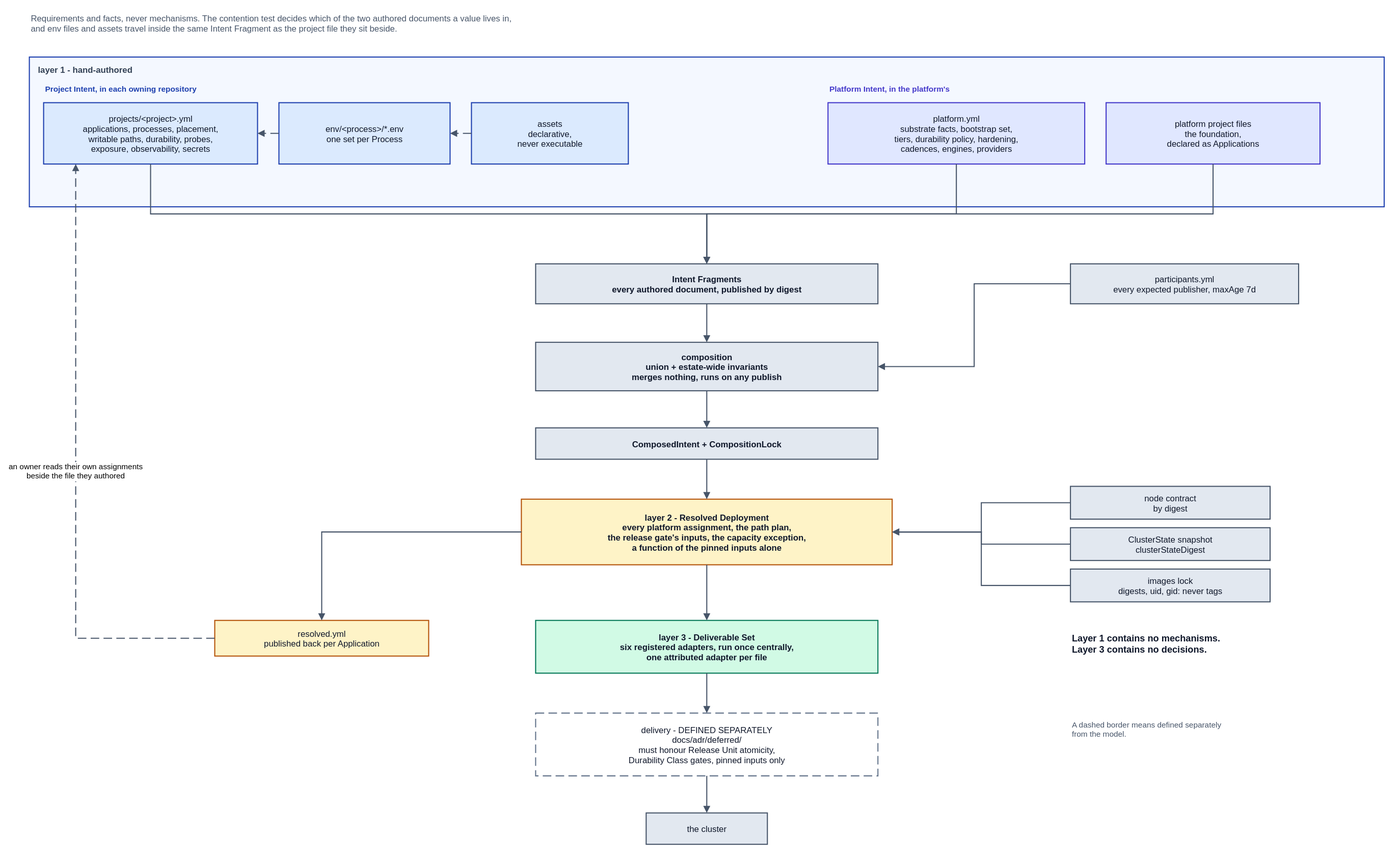
Above: spec/v1/diagrams/00-overview-meta-model.drawio.svg in JorisJonkers-dev/deploy-kit (draw.io), before the change. Source tidied: cells renumbered, new cells last; positions are measured from the earlier drawing's top-left corner, leaving out a move shared by most shapes.
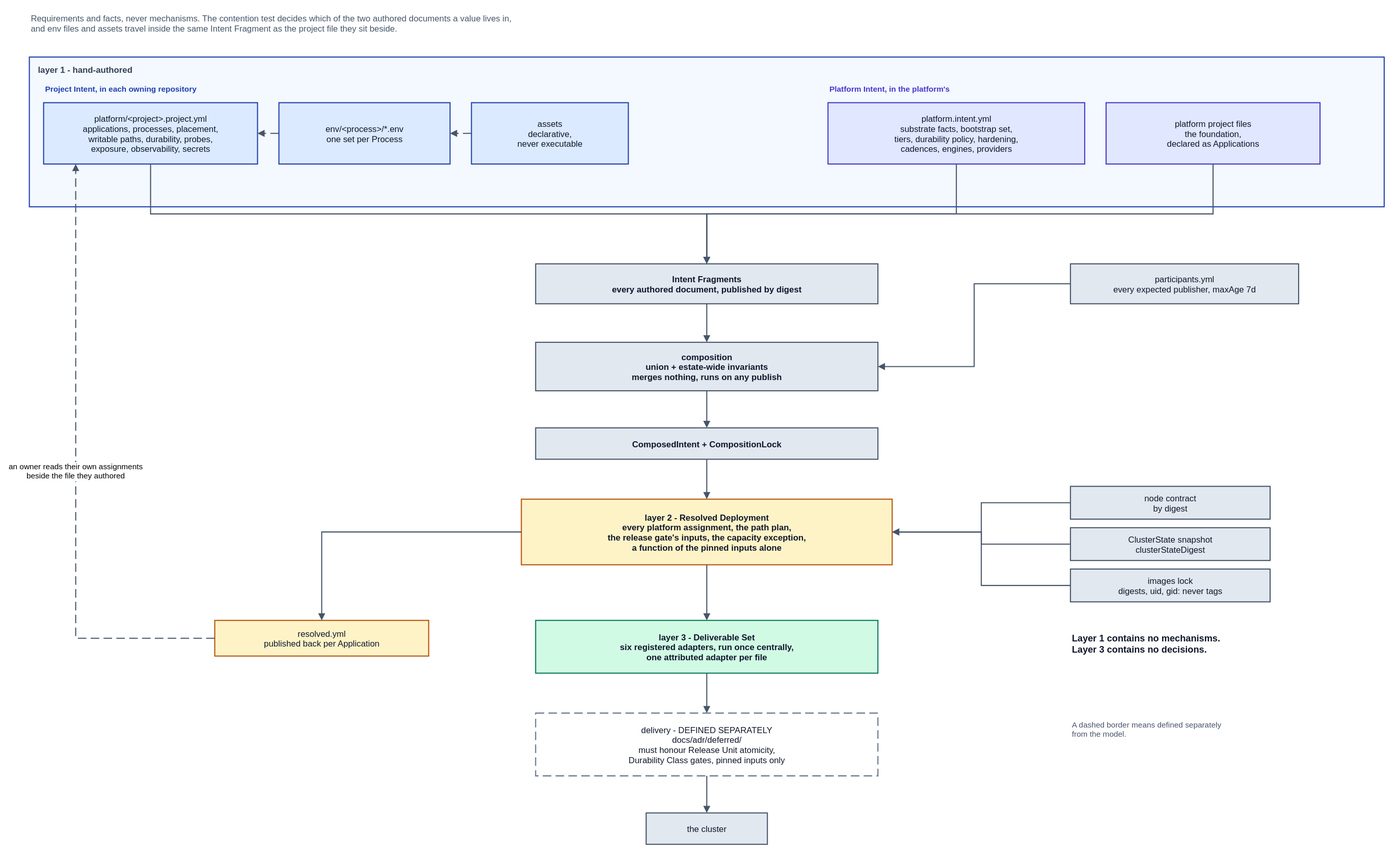
Later version of the same file.

The edit, as a diff of the source:
```diff
@@ -14,7 +14,7 @@
     <mxCell id="5" value="Platform Intent, in the platform's" style="text;html=0;strokeColor=none;fillColor=none;align=left;verticalAlign=middle;fontFamily=Helvetica;fontSize=11;fontColor=#4338ca;fontStyle=1;" parent="1" vertex="1">
       <mxGeometry x="1120" y="104" width="560" height="20" as="geometry" />
     </mxCell>
-    <mxCell id="6" value="projects/&lt;project&gt;.yml&#10;applications, processes, placement,&#10;writable paths, durability, probes,&#10;exposure, observability, secrets" style="rounded=0;whiteSpace=nowrap;html=0;align=center;verticalAlign=middle;fillColor=#dbeafe;strokeColor=#1e40af;strokeWidth=1.5;fontFamily=Helvetica;fontSize=12;fontColor=#0f172a;" parent="1" vertex="1">
+    <mxCell id="6" value="platform/&lt;project&gt;.project.yml&#10;applications, processes, placement,&#10;writable paths, durability, probes,&#10;exposure, observability, secrets" style="rounded=0;whiteSpace=nowrap;html=0;align=center;verticalAlign=middle;fillColor=#dbeafe;strokeColor=#1e40af;strokeWidth=1.5;fontFamily=Helvetica;fontSize=12;fontColor=#0f172a;" parent="1" vertex="1">
       <mxGeometry x="20" y="134" width="300" height="86" as="geometry" />
     </mxCell>
     <mxCell id="7" value="env/&lt;process&gt;/*.env&#10;one set per Process" style="rounded=0;whiteSpace=nowrap;html=0;align=center;verticalAlign=middle;fillColor=#dbeafe;strokeColor=#1e40af;strokeWidth=1.5;fontFamily=Helvetica;fontSize=12;fontColor=#0f172a;" parent="1" vertex="1">
@@ -23,7 +23,7 @@
     <mxCell id="8" value="assets&#10;declarative,&#10;never executable" style="rounded=0;whiteSpace=nowrap;html=0;align=center;verticalAlign=middle;fillColor=#dbeafe;strokeColor=#1e40af;strokeWidth=1.5;fontFamily=Helvetica;fontSize=12;fontColor=#0f172a;" parent="1" vertex="1">
       <mxGeometry x="620" y="134" width="220" height="86" as="geometry" />
     </mxCell>
-    <mxCell id="9" value="platform.yml&#10;substrate facts, bootstrap set,&#10;tiers, durability policy, hardening,&#10;cadences, engines, providers" style="rounded=0;whiteSpace=nowrap;html=0;align=center;verticalAlign=middle;fillColor=#e0e7ff;strokeColor=#4338ca;strokeWidth=1.5;fontFamily=Helvetica;fontSize=12;fontColor=#0f172a;" parent="1" vertex="1">
+    <mxCell id="9" value="platform.intent.yml&#10;substrate facts, bootstrap set,&#10;tiers, durability policy, hardening,&#10;cadences, engines, providers" style="rounded=0;whiteSpace=nowrap;html=0;align=center;verticalAlign=middle;fillColor=#e0e7ff;strokeColor=#4338ca;strokeWidth=1.5;fontFamily=Helvetica;fontSize=12;fontColor=#0f172a;" parent="1" vertex="1">
       <mxGeometry x="1120" y="134" width="360" height="86" as="geometry" />
     </mxCell>
     <mxCell id="10" value="platform project files&#10;the foundation,&#10;declared as Applications" style="rounded=0;whiteSpace=nowrap;html=0;align=center;verticalAlign=middle;fillColor=#e0e7ff;strokeColor=#4338ca;strokeWidth=1.5;fontFamily=Helvetica;fontSize=12;fontColor=#0f172a;" parent="1" vertex="1">
```
